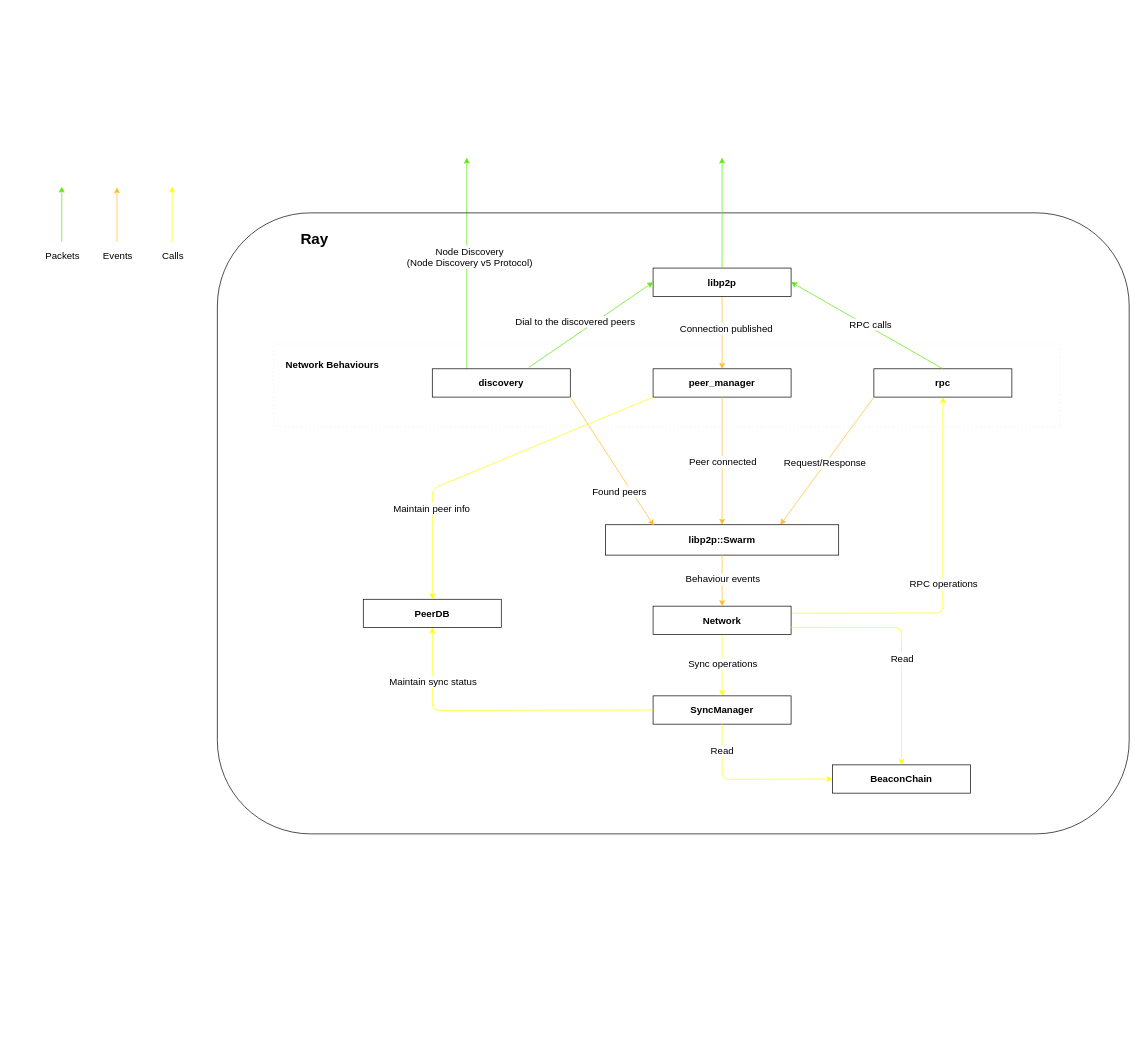
ackintosh/ray keeps this draw.io diagram as diagrams/architecture.drawio. Above is the earlier version. Source tidied: cells renumbered, new cells numbered last; positions are measured from the earlier drawing's top-left corner, leaving out a move shared by most shapes. Both pictures are drawn from the tidied source at 69%, with x=0, y=0 at pixel (61, 157).
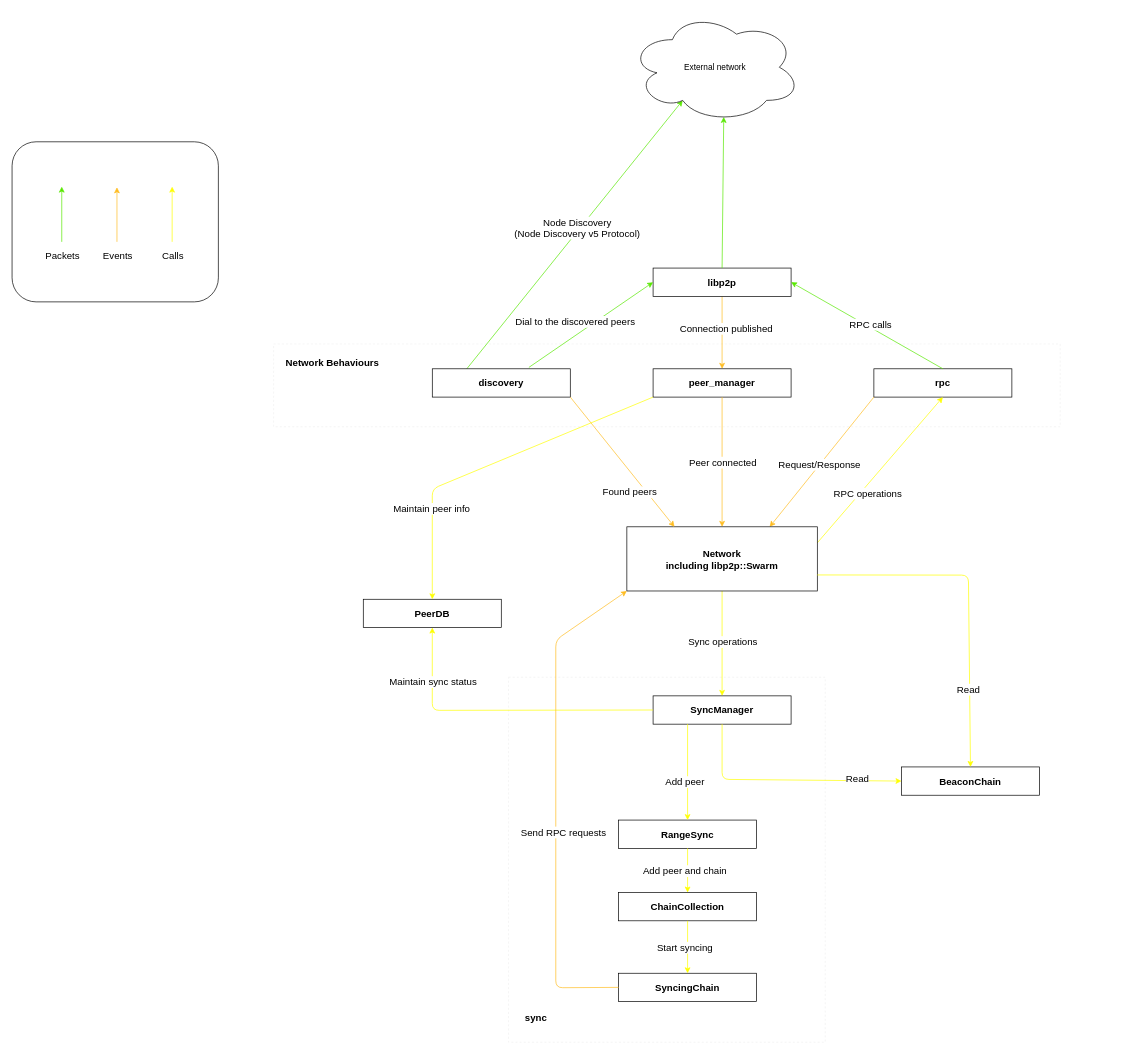
The same diagram, later.

The change refers to these unchanged cells:
```xml
<mxCell id="10" value="discovery" style="rounded=0;whiteSpace=wrap;html=1;fontSize=14;fontStyle=1;" parent="1" vertex="1">
  <mxGeometry x="537" y="306" width="200" height="41" as="geometry" />
</mxCell>
<mxCell id="11" value="peer_manager" style="rounded=0;whiteSpace=wrap;html=1;fontSize=14;fontStyle=1;" parent="1" vertex="1">
  <mxGeometry x="857" y="306" width="200" height="41" as="geometry" />
</mxCell>
<mxCell id="12" value="rpc" style="rounded=0;whiteSpace=wrap;html=1;fontSize=14;fontStyle=1;" parent="1" vertex="1">
  <mxGeometry x="1177" y="306" width="200" height="41" as="geometry" />
</mxCell>
<mxCell id="14" value="libp2p" style="rounded=0;whiteSpace=wrap;html=1;fontSize=14;fontStyle=1;" parent="1" vertex="1">
  <mxGeometry x="857" y="160" width="200" height="41" as="geometry" />
</mxCell>
<mxCell id="31" value="SyncManager" style="rounded=0;whiteSpace=wrap;html=1;fontSize=14;fontStyle=1;" parent="1" vertex="1">
  <mxGeometry x="857" y="780" width="200" height="41" as="geometry" />
</mxCell>
<mxCell id="34" style="endArrow=classic;html=1;fontSize=18;strokeColor=#FFFF00;entryX=0;entryY=0.5;entryDx=0;entryDy=0;exitX=0.5;exitY=1;exitDx=0;exitDy=0;" parent="1" edge="1" source="31" target="13">
  <mxGeometry x="370" y="-50" as="geometry">
    <Array as="points">
      <mxPoint x="957" y="901" />
    </Array>
  </mxGeometry>
</mxCell>
```

What changed in the source:
```diff
@@
+    <mxCell id="50" style="rounded=0;whiteSpace=wrap;html=1;fontSize=14;dashed=1;strokeColor=#F0F0F0;" parent="1" vertex="1">
+      <mxGeometry x="647.5" y="753" width="459" height="529" as="geometry" />
+    </mxCell>
@@
-    <mxCell id="3" style="endArrow=classic;html=1;fontSize=18;fillColor=#60a917;strokeColor=#58E800;exitX=0.25;exitY=0;exitDx=0;exitDy=0;" parent="1" edge="1" source="10">
-      <mxGeometry x="-680" y="-450" as="geometry">
-        <mxPoint x="587" as="targetPoint" />
-      </mxGeometry>
+    <mxCell id="3" style="endArrow=classic;html=1;fontSize=18;fillColor=#60a917;strokeColor=#58E800;exitX=0.25;exitY=0;exitDx=0;exitDy=0;entryX=0.31;entryY=0.8;entryDx=0;entryDy=0;entryPerimeter=0;" parent="1" edge="1" source="10" target="52">
+      <mxGeometry x="-680" y="-450" as="geometry" />
     </mxCell>
@@
     <mxCell id="9" value="&lt;span style=&quot;font-size: 12px&quot;&gt;&lt;br&gt;&lt;/span&gt;" style="rounded=1;whiteSpace=wrap;html=1;fontSize=14;fillColor=none;" parent="1" vertex="1">
-      <mxGeometry x="225.5" y="80" width="1321.5" height="900" as="geometry" />
+      <mxGeometry x="-72" y="-23" width="299" height="232" as="geometry" />
     </mxCell>
@@
     <mxCell id="13" value="BeaconChain" style="rounded=0;whiteSpace=wrap;html=1;fontSize=14;fontStyle=1;" parent="1" vertex="1">
-      <mxGeometry x="1117" y="880" width="200" height="41" as="geometry" />
+      <mxGeometry x="1217" y="883" width="200" height="41" as="geometry" />
     </mxCell>
@@
-    <mxCell id="19" style="endArrow=classic;html=1;fontSize=18;fillColor=#e3c800;strokeColor=#FFBC21;exitX=0.5;exitY=1;exitDx=0;exitDy=0;entryX=0.5;entryY=0;entryDx=0;entryDy=0;" parent="1" edge="1" source="11" target="36">
+    <mxCell id="19" style="endArrow=classic;html=1;fontSize=18;fillColor=#e3c800;strokeColor=#FFBC21;exitX=0.5;exitY=1;exitDx=0;exitDy=0;entryX=0.5;entryY=0;entryDx=0;entryDy=0;" parent="1" edge="1" source="11" target="37">
       <mxGeometry x="-285" y="360" as="geometry" />
     </mxCell>
@@
     <mxCell id="23" style="endArrow=classic;html=1;fontSize=18;strokeColor=#FFFF00;entryX=0.5;entryY=1;entryDx=0;entryDy=0;exitX=1;exitY=0.25;exitDx=0;exitDy=0;" parent="1" edge="1" source="37" target="12">
-      <mxGeometry x="350" y="-290" as="geometry">
-        <Array as="points">
-          <mxPoint x="1277" y="660" />
-        </Array>
-      </mxGeometry>
+      <mxGeometry x="350" y="-290" as="geometry" />
     </mxCell>
     <mxCell id="24" value="RPC operations" style="edgeLabel;html=1;align=center;verticalAlign=middle;fontSize=14;" parent="23" vertex="1">
       <mxGeometry relative="1" as="geometry">
-        <mxPoint y="4" as="offset" />
+        <mxPoint x="-18" y="34" as="offset" />
       </mxGeometry>
     </mxCell>
@@
-    <mxCell id="27" style="endArrow=classic;html=1;fontSize=18;fillColor=#60a917;strokeColor=#58E800;exitX=0.5;exitY=0;exitDx=0;exitDy=0;" parent="1" edge="1" source="14">
-      <mxGeometry x="-450" y="-490" as="geometry">
-        <mxPoint x="957" as="targetPoint" />
-      </mxGeometry>
+    <mxCell id="27" style="endArrow=classic;html=1;fontSize=18;fillColor=#60a917;strokeColor=#58E800;exitX=0.5;exitY=0;exitDx=0;exitDy=0;entryX=0.55;entryY=0.95;entryDx=0;entryDy=0;entryPerimeter=0;" parent="1" edge="1" source="14" target="52">
+      <mxGeometry x="-450" y="-490" as="geometry" />
     </mxCell>
-    <mxCell id="28" value="Ray" style="text;html=1;align=center;verticalAlign=middle;strokeColor=none;fillColor=none;fontSize=22;fontStyle=1;" parent="1" vertex="1">
-      <mxGeometry x="340" y="103" width="51" height="30" as="geometry" />
-    </mxCell>
-    <mxCell id="29" style="endArrow=classic;html=1;fontSize=18;fillColor=#e3c800;strokeColor=#FFBC21;exitX=0;exitY=1;exitDx=0;exitDy=0;entryX=0.75;entryY=0;entryDx=0;entryDy=0;" parent="1" edge="1" source="12" target="36">
+    <mxCell id="29" style="endArrow=classic;html=1;fontSize=18;fillColor=#e3c800;strokeColor=#FFBC21;exitX=0;exitY=1;exitDx=0;exitDy=0;entryX=0.75;entryY=0;entryDx=0;entryDy=0;" parent="1" edge="1" source="12" target="37">
       <mxGeometry x="-275" y="370" as="geometry" />
     </mxCell>
@@
     <mxCell id="35" value="Read" style="edgeLabel;html=1;align=center;verticalAlign=middle;fontSize=14;" parent="34" vertex="1">
       <mxGeometry relative="1" as="geometry">
-        <mxPoint x="-40" y="-41" as="offset" />
+        <mxPoint x="106" y="-1" as="offset" />
       </mxGeometry>
     </mxCell>
-    <mxCell id="36" value="&lt;b style=&quot;font-size: 12px&quot;&gt;&lt;font style=&quot;font-size: 14px&quot;&gt;libp2p::Swarm&lt;/font&gt;&lt;/b&gt;" style="rounded=0;whiteSpace=wrap;html=1;fontSize=14;fontStyle=1;" parent="1" vertex="1">
-      <mxGeometry x="788" y="532" width="338" height="44" as="geometry" />
-    </mxCell>
-    <mxCell id="37" value="Network" style="rounded=0;whiteSpace=wrap;html=1;fontSize=14;fontStyle=1;" parent="1" vertex="1">
-      <mxGeometry x="857" y="650" width="200" height="41" as="geometry" />
+    <mxCell id="37" value="Network&lt;br&gt;including libp2p::Swarm" style="rounded=0;whiteSpace=wrap;html=1;fontSize=14;fontStyle=1;" parent="1" vertex="1">
+      <mxGeometry x="819" y="535" width="276" height="93" as="geometry" />
     </mxCell>
-    <mxCell id="38" style="endArrow=classic;html=1;fontSize=18;fillColor=#e3c800;strokeColor=#FFBC21;exitX=0.5;exitY=1;exitDx=0;exitDy=0;entryX=0.5;entryY=0;entryDx=0;entryDy=0;" parent="1" edge="1" source="36" target="37">
-      <mxGeometry x="-256" y="621.5" as="geometry" />
-    </mxCell>
-    <mxCell id="39" value="Behaviour events" style="edgeLabel;html=1;align=center;verticalAlign=middle;fontSize=14;" parent="38" vertex="1">
-      <mxGeometry relative="1" as="geometry">
-        <mxPoint y="-3" as="offset" />
-      </mxGeometry>
-    </mxCell>
     <mxCell id="40" value="Network Behaviours" style="edgeLabel;html=1;align=center;verticalAlign=middle;fontSize=14;fontStyle=1;" parent="1" vertex="1">
-      <mxGeometry x="391" y="300" as="geometry" />
+      <mxGeometry x="385" y="292" as="geometry">
+        <mxPoint x="6" y="5" as="offset" />
+      </mxGeometry>
     </mxCell>
-    <mxCell id="41" style="endArrow=classic;html=1;fontSize=18;fillColor=#e3c800;strokeColor=#FFBC21;exitX=1;exitY=1;exitDx=0;exitDy=0;entryX=0.207;entryY=0.023;entryDx=0;entryDy=0;entryPerimeter=0;" parent="1" edge="1" source="10" target="36">
+    <mxCell id="41" style="endArrow=classic;html=1;fontSize=18;fillColor=#e3c800;strokeColor=#FFBC21;exitX=1;exitY=1;exitDx=0;exitDy=0;entryX=0.25;entryY=0;entryDx=0;entryDy=0;" parent="1" edge="1" source="10" target="37">
       <mxGeometry x="-275" y="370" as="geometry" />
     </mxCell>
@@
     <mxCell id="48" style="endArrow=classic;html=1;fontSize=18;strokeColor=#FFFF00;entryX=0.5;entryY=0;entryDx=0;entryDy=0;exitX=1;exitY=0.75;exitDx=0;exitDy=0;" parent="1" edge="1" source="37" target="13">
       <mxGeometry x="380" y="-40" as="geometry">
         <Array as="points">
-          <mxPoint x="1217" y="681" />
+          <mxPoint x="1314" y="605" />
         </Array>
       </mxGeometry>
     </mxCell>
     <mxCell id="49" value="Read" style="edgeLabel;html=1;align=center;verticalAlign=middle;fontSize=14;" parent="48" vertex="1">
       <mxGeometry relative="1" as="geometry">
-        <mxPoint y="25" as="offset" />
+        <mxPoint x="-1" y="136" as="offset" />
       </mxGeometry>
     </mxCell>
+    <mxCell id="51" value="RangeSync" style="rounded=0;whiteSpace=wrap;html=1;fontSize=14;fontStyle=1;" parent="1" vertex="1">
+      <mxGeometry x="807" y="960" width="200" height="41" as="geometry" />
+    </mxCell>
+    <mxCell id="52" value="External network" style="ellipse;shape=cloud;whiteSpace=wrap;html=1;" parent="1" vertex="1">
+      <mxGeometry x="823" y="-211" width="248" height="160" as="geometry" />
+    </mxCell>
+    <mxCell id="53" value="ChainCollection" style="rounded=0;whiteSpace=wrap;html=1;fontSize=14;fontStyle=1;" parent="1" vertex="1">
+      <mxGeometry x="807" y="1065" width="200" height="41" as="geometry" />
+    </mxCell>
+    <mxCell id="54" style="endArrow=classic;html=1;fontSize=18;strokeColor=#FFFF00;entryX=0.5;entryY=0;entryDx=0;entryDy=0;exitX=0.25;exitY=1;exitDx=0;exitDy=0;" parent="1" edge="1" source="31" target="51">
+      <mxGeometry x="380" y="-40" as="geometry" />
+    </mxCell>
+    <mxCell id="55" value="Add peer" style="edgeLabel;html=1;align=center;verticalAlign=middle;fontSize=14;" parent="54" vertex="1">
+      <mxGeometry relative="1" as="geometry">
+        <mxPoint x="-5" y="13" as="offset" />
+      </mxGeometry>
+    </mxCell>
+    <mxCell id="56" style="endArrow=classic;html=1;fontSize=18;strokeColor=#FFFF00;entryX=0.5;entryY=0;entryDx=0;entryDy=0;exitX=0.5;exitY=1;exitDx=0;exitDy=0;" parent="1" edge="1" source="51" target="53">
+      <mxGeometry x="390" y="-30" as="geometry" />
+    </mxCell>
+    <mxCell id="57" value="Add peer and chain" style="edgeLabel;html=1;align=center;verticalAlign=middle;fontSize=14;" parent="56" vertex="1">
+      <mxGeometry relative="1" as="geometry">
+        <mxPoint x="-5" as="offset" />
+      </mxGeometry>
+    </mxCell>
+    <mxCell id="58" value="sync" style="edgeLabel;html=1;align=center;verticalAlign=middle;fontSize=14;fontStyle=1;" parent="1" vertex="1">
+      <mxGeometry x="680" y="1241" as="geometry">
+        <mxPoint x="6" y="5" as="offset" />
+      </mxGeometry>
+    </mxCell>
+    <mxCell id="59" value="SyncingChain" style="rounded=0;whiteSpace=wrap;html=1;fontSize=14;fontStyle=1;" parent="1" vertex="1">
+      <mxGeometry x="807" y="1182" width="200" height="41" as="geometry" />
+    </mxCell>
+    <mxCell id="60" style="endArrow=classic;html=1;fontSize=18;strokeColor=#FFFF00;entryX=0.5;entryY=0;entryDx=0;entryDy=0;" parent="1" edge="1" source="53" target="59">
+      <mxGeometry x="400" y="-20" as="geometry" />
+    </mxCell>
+    <mxCell id="61" value="Start syncing" style="edgeLabel;html=1;align=center;verticalAlign=middle;fontSize=14;" parent="60" vertex="1">
+      <mxGeometry relative="1" as="geometry">
+        <mxPoint x="-5" as="offset" />
+      </mxGeometry>
+    </mxCell>
+    <mxCell id="62" style="endArrow=classic;html=1;fontSize=18;fillColor=#e3c800;strokeColor=#FFBC21;entryX=0;entryY=1;entryDx=0;entryDy=0;exitX=0;exitY=0.5;exitDx=0;exitDy=0;" parent="1" edge="1" source="59" target="37">
+      <mxGeometry x="-265" y="380" as="geometry">
+        <Array as="points">
+          <mxPoint x="716" y="1203" />
+          <mxPoint x="716" y="699" />
+        </Array>
+      </mxGeometry>
+    </mxCell>
+    <mxCell id="63" value="Send RPC requests" style="edgeLabel;html=1;align=center;verticalAlign=middle;fontSize=14;" parent="62" vertex="1">
+      <mxGeometry relative="1" as="geometry">
+        <mxPoint x="10" y="43" as="offset" />
+      </mxGeometry>
+    </mxCell>
```
